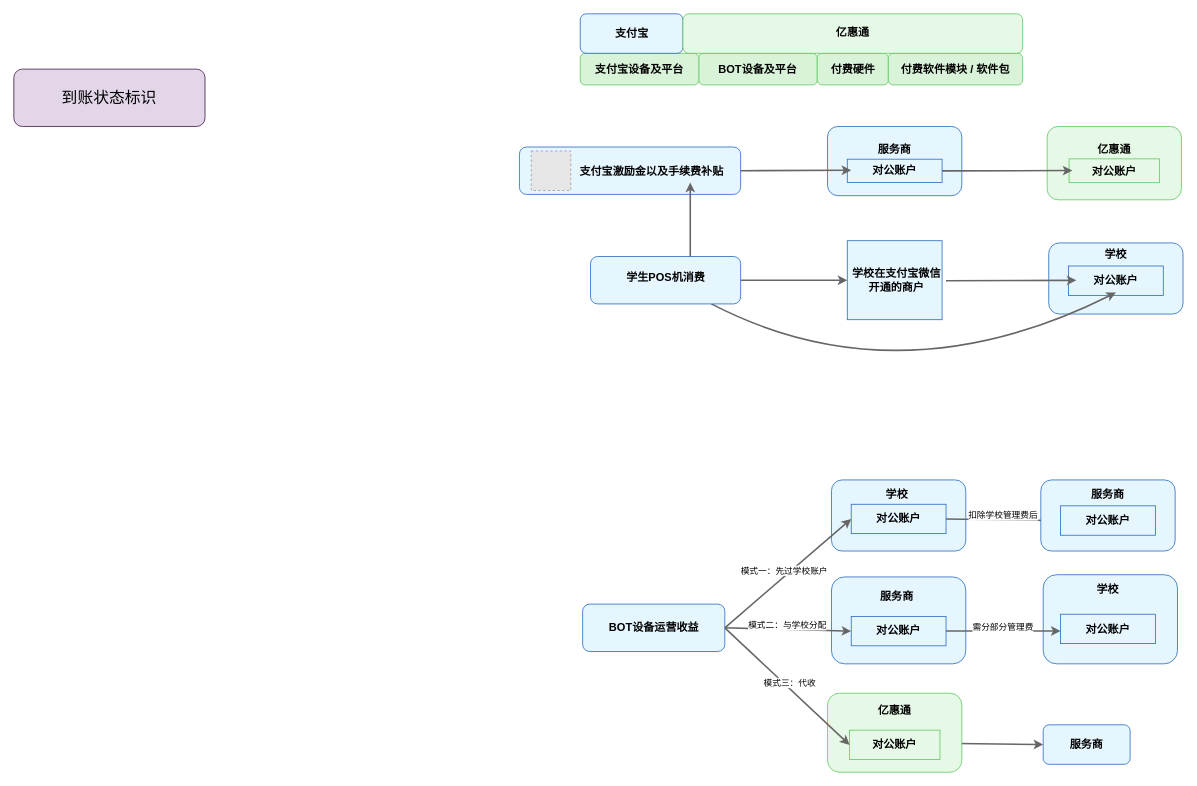
This is page "SaaS平台资金流图" (4 of 4) of 青岛恒星最终架构图1.drawio from bzerozero7/test, a draw.io file, before an edit. Source tidied: cells renumbered, new cells numbered last; positions are measured from the earlier drawing's top-left corner, leaving out a move shared by most shapes. Both pictures are drawn from the tidied source at 79%, with x=0, y=0 at pixel (13, 13). Pictures stored in the file or linked from it are replaced by grey dashed boxes.
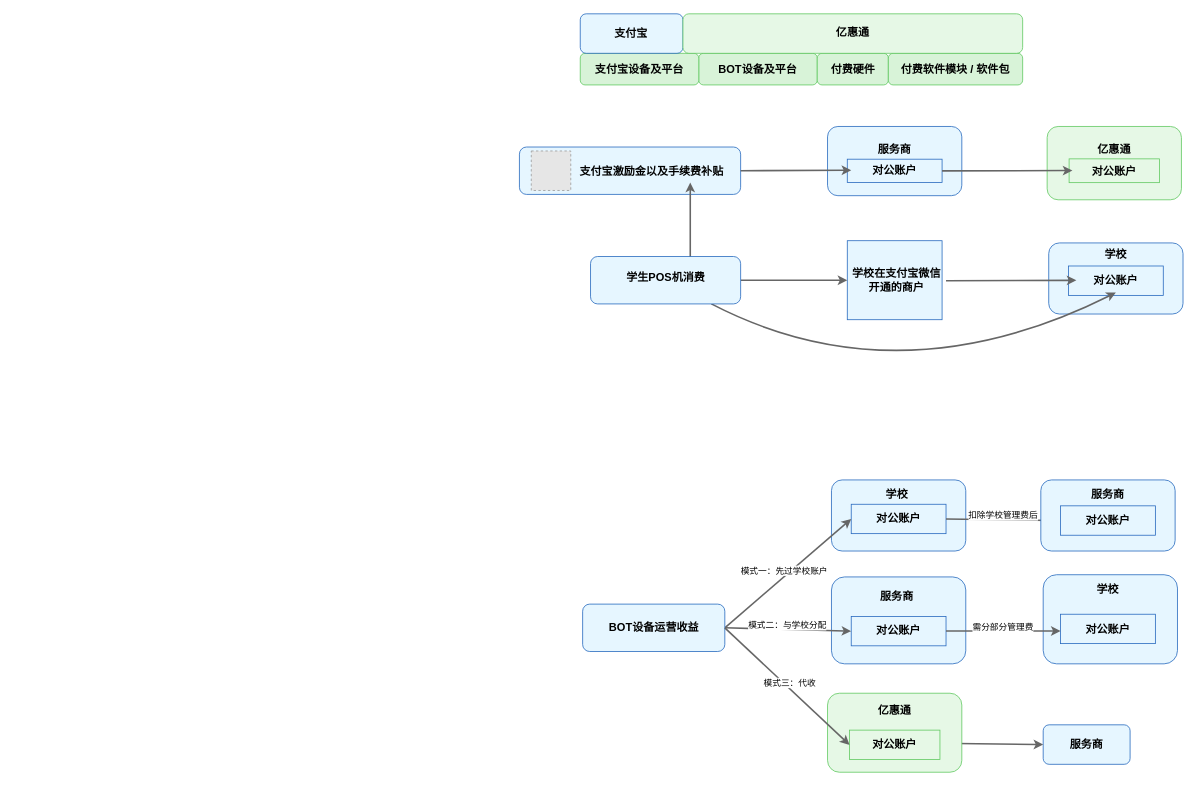
The same diagram, later.

Commit message (it also covers changes not shown here):
更新青岛恒星最终架构图1.drawio

What changed in the source:
```diff
@@
-    <mxCell id="12" value="&lt;span style=&quot;font-size: 20px; text-align: left;&quot;&gt;到账状态标识&lt;/span&gt;" style="rounded=1;whiteSpace=wrap;html=1;fillColor=#E2D6E8;strokeColor=#401646;" parent="1" vertex="1">
-      <mxGeometry y="70" width="242" height="72.6" as="geometry" />
-    </mxCell>
```
